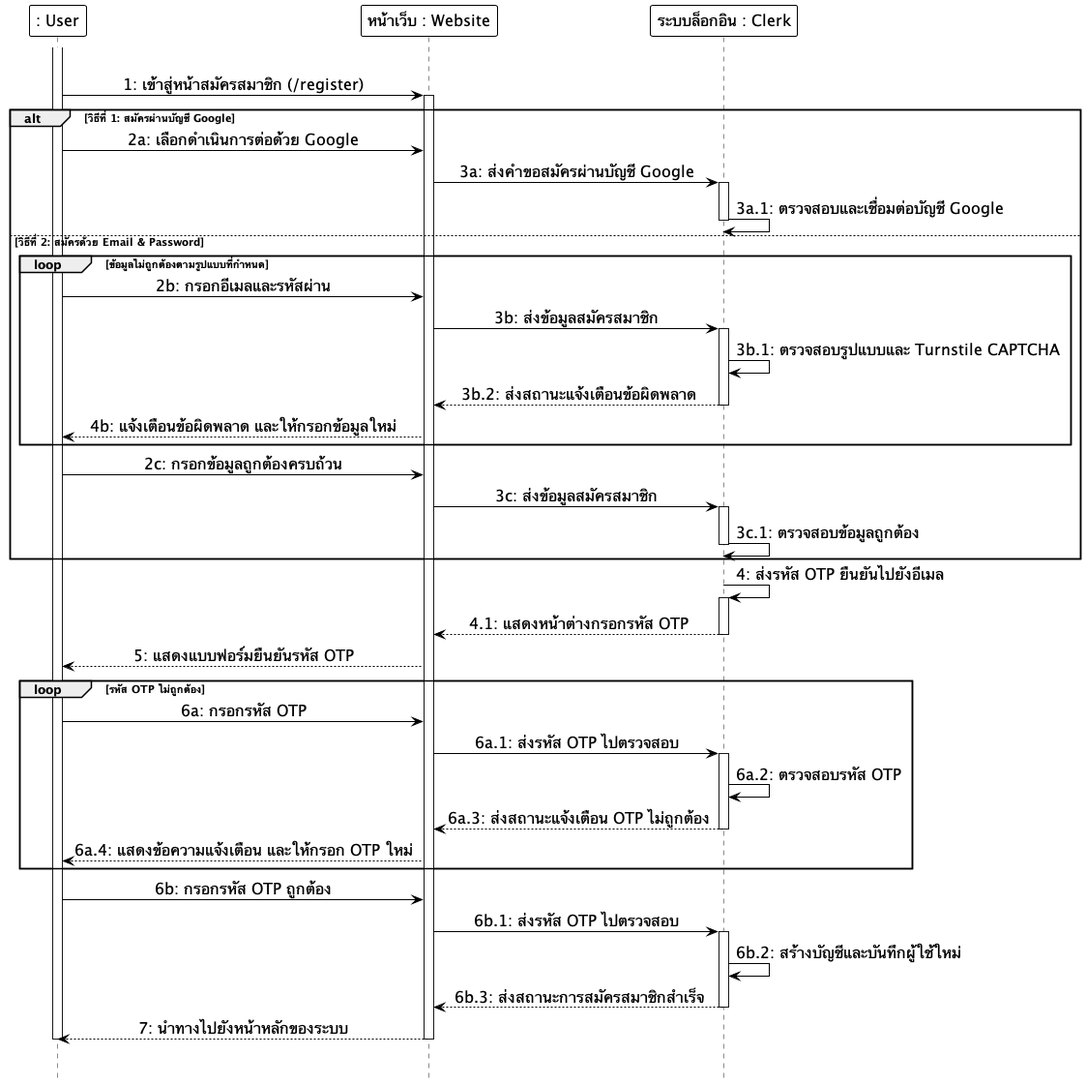
Before: docs/diagrams/images/sequence/sequence_01_register.png, a diagram exported from PlantUML (Anatta-at/my-portfolio-app).
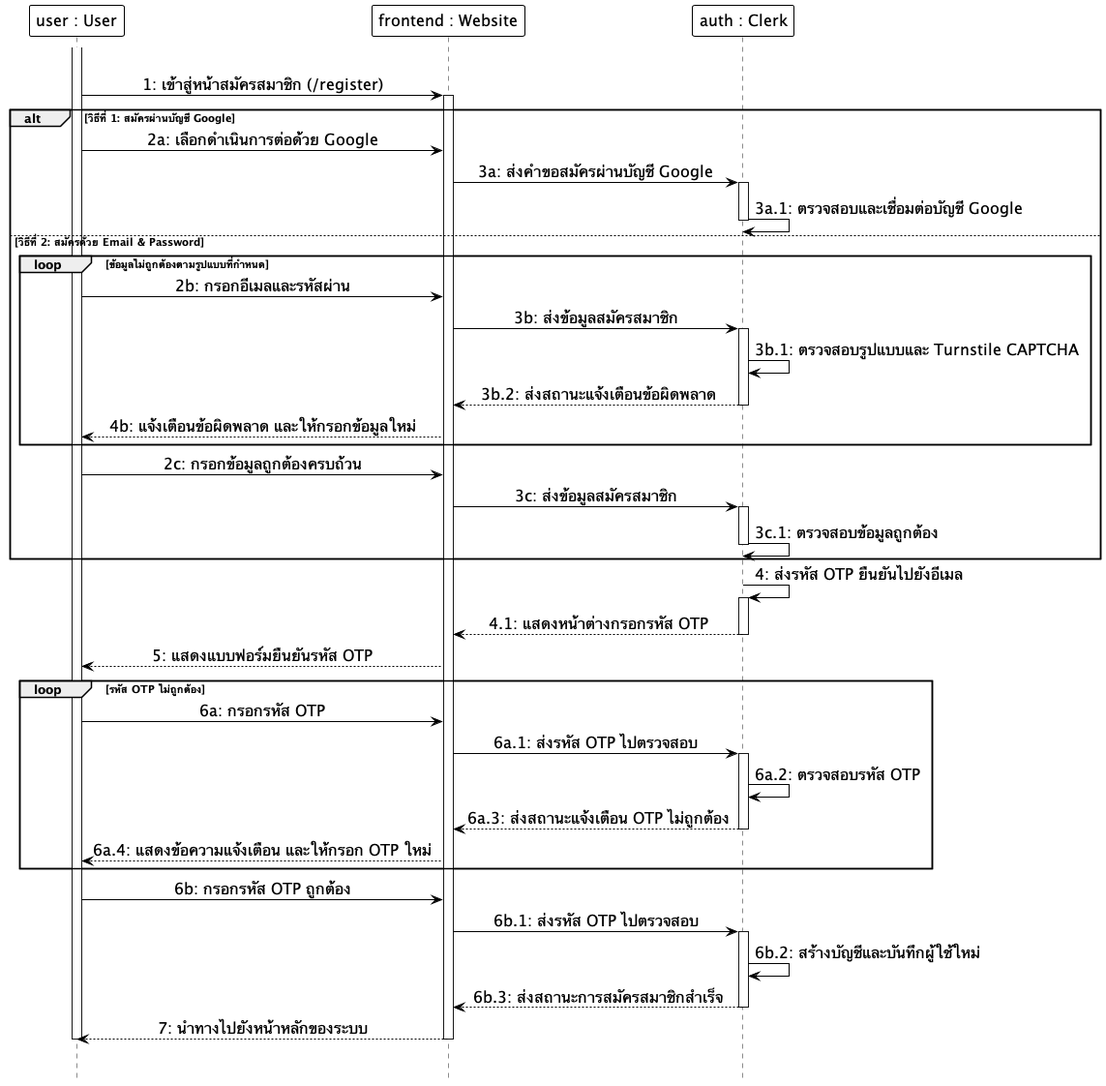
The same file after the commit.

Diff of the diagram source:
```diff
@@ -16,9 +16,9 @@
 skinparam ArrowFontSize 16
 skinparam sequenceMessageAlign center
 
-participant ": User" as User
-participant "หน้าเว็บ : Website" as Frontend
-participant "ระบบล็อกอิน : Clerk" as Clerk
+participant "user : User" as User
+participant "frontend : Website" as Frontend
+participant "auth : Clerk" as Clerk
 
 |||
 activate User
```
